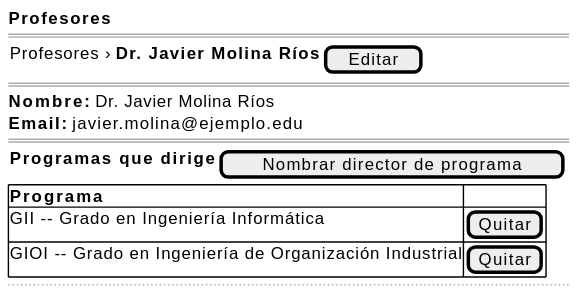
mmasias/pyCeldaPublico keeps this PlantUML diagram as images/RUP/01-requisitos/03-detalle-casos-uso/quitarDirectorPrograma/wireframe-confirmacion.svg. Above is the earlier version. Source of this version:
```plantuml
@startsalt quitarDirectorPrograma-wireframe-confirmacion
{
    <b>Profesores</b>
    ====
    { Profesores › <b>Dr. Javier Molina Ríos</b> | [ Editar ] }
    ====
    <b>Nombre:</b> Dr. Javier Molina Ríos
    <b>Email:</b> javier.molina@ejemplo.edu
    ====
    { <b>Programas que dirige</b> | [ Nombrar director de programa ] }
    {#
        <b>Programa</b> | .
        GII -- Grado en Ingeniería Informática | [Quitar]
        GIOI -- Grado en Ingeniería de Organización Industrial | [Quitar]
    }
    ..
}
@endsalt
```
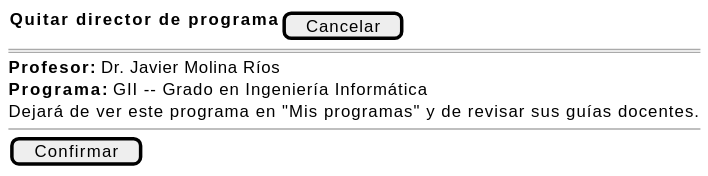
Above is the later version.

The edit, as a diff of the source:
```diff
@@ -1,18 +1,12 @@
 @startsalt quitarDirectorPrograma-wireframe-confirmacion
 {
-    <b>Profesores</b>
+    { <b>Quitar director de programa</b> | [ Cancelar ] }
     ====
-    { Profesores › <b>Dr. Javier Molina Ríos</b> | [ Editar ] }
-    ====
-    <b>Nombre:</b> Dr. Javier Molina Ríos
-    <b>Email:</b> javier.molina@ejemplo.edu
-    ====
-    { <b>Programas que dirige</b> | [ Nombrar director de programa ] }
-    {#
-        <b>Programa</b> | .
-        GII -- Grado en Ingeniería Informática | [Quitar]
-        GIOI -- Grado en Ingeniería de Organización Industrial | [Quitar]
-    }
-    ..
+    <b>Profesor:</b> Dr. Javier Molina Ríos
+    <b>Programa:</b> GII -- Grado en Ingeniería Informática
+
+    Dejará de ver este programa en "Mis programas" y de revisar sus guías docentes.
+    --
+    [ Confirmar ]
 }
 @endsalt
```
